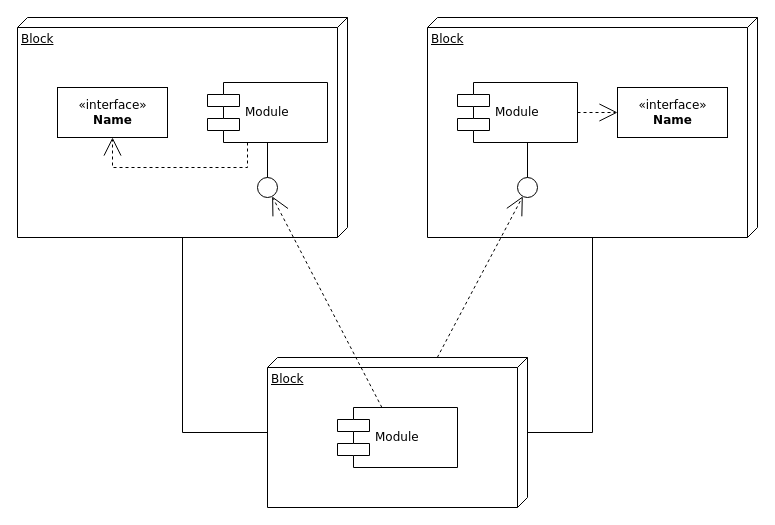
This is Diagrama sem nome.drawio from Kazama1/AGIPAG, a draw.io file, before an edit. Source tidied: cells renumbered, new cells numbered last; positions are measured from the earlier drawing's top-left corner, leaving out a move shared by most shapes. Both pictures are drawn from the tidied source at 100%, with x=0, y=0 at pixel (17, 17).
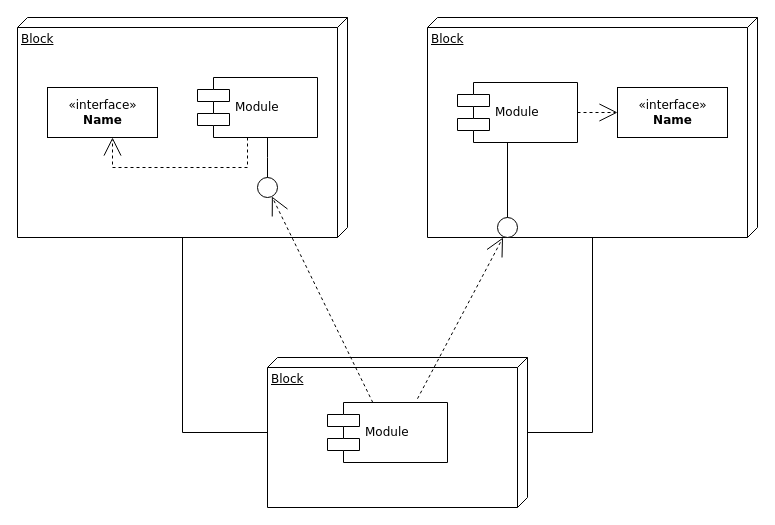
The same diagram, later.

The change refers to these unchanged cells:
```xml
<mxCell id="4" value="Block" style="verticalAlign=top;align=left;spacingTop=8;spacingLeft=2;spacingRight=12;shape=cube;size=10;direction=south;fontStyle=4;html=1;rounded=0;shadow=0;comic=0;labelBackgroundColor=none;strokeWidth=1;fontFamily=Verdana;fontSize=12;" parent="1" vertex="1">
  <mxGeometry x="250" y="340" width="260" height="150" as="geometry" />
</mxCell>
```

Diff of the diagram source:
```diff
@@
     <mxCell id="5" value="&amp;laquo;interface&amp;raquo;&lt;br&gt;&lt;b&gt;Name&lt;/b&gt;" style="html=1;rounded=0;shadow=0;comic=0;labelBackgroundColor=none;strokeWidth=1;fontFamily=Verdana;fontSize=12;align=center;" parent="1" vertex="1">
-      <mxGeometry x="40" y="70" width="110" height="50" as="geometry" />
+      <mxGeometry x="30" y="70" width="110" height="50" as="geometry" />
     </mxCell>
     <mxCell id="6" value="Module" style="shape=component;align=left;spacingLeft=36;rounded=0;shadow=0;comic=0;labelBackgroundColor=none;strokeWidth=1;fontFamily=Verdana;fontSize=12;html=1;" parent="1" vertex="1">
-      <mxGeometry x="190" y="65" width="120" height="60" as="geometry" />
+      <mxGeometry x="180" y="60" width="120" height="60" as="geometry" />
     </mxCell>
@@
     <mxCell id="10" style="ellipse;whiteSpace=wrap;html=1;rounded=0;shadow=0;comic=0;labelBackgroundColor=none;strokeWidth=1;fontFamily=Verdana;fontSize=12;align=center;" parent="1" vertex="1">
-      <mxGeometry x="500" y="160" width="20" height="20" as="geometry" />
+      <mxGeometry x="480" y="200" width="20" height="20" as="geometry" />
     </mxCell>
     <mxCell id="11" value="Module" style="shape=component;align=left;spacingLeft=36;rounded=0;shadow=0;comic=0;labelBackgroundColor=none;strokeWidth=1;fontFamily=Verdana;fontSize=12;html=1;" parent="1" vertex="1">
-      <mxGeometry x="320" y="390" width="120" height="60" as="geometry" />
+      <mxGeometry x="310" y="385" width="120" height="60" as="geometry" />
     </mxCell>
@@
-    <mxCell id="13" style="edgeStyle=none;rounded=0;html=1;dashed=1;labelBackgroundColor=none;startArrow=none;startFill=0;startSize=8;endArrow=open;endFill=0;endSize=16;fontFamily=Verdana;fontSize=12;" parent="1" edge="1" source="4" target="10">
-      <mxGeometry relative="1" as="geometry" />
+    <mxCell id="13" style="edgeStyle=none;rounded=0;html=1;dashed=1;labelBackgroundColor=none;startArrow=none;startFill=0;startSize=8;endArrow=open;endFill=0;endSize=16;fontFamily=Verdana;fontSize=12;" parent="1" edge="1">
+      <mxGeometry relative="1" as="geometry">
+        <mxPoint x="400" y="381.2" as="sourcePoint" />
+        <mxPoint x="485.5" y="220" as="targetPoint" />
+      </mxGeometry>
     </mxCell>
```
